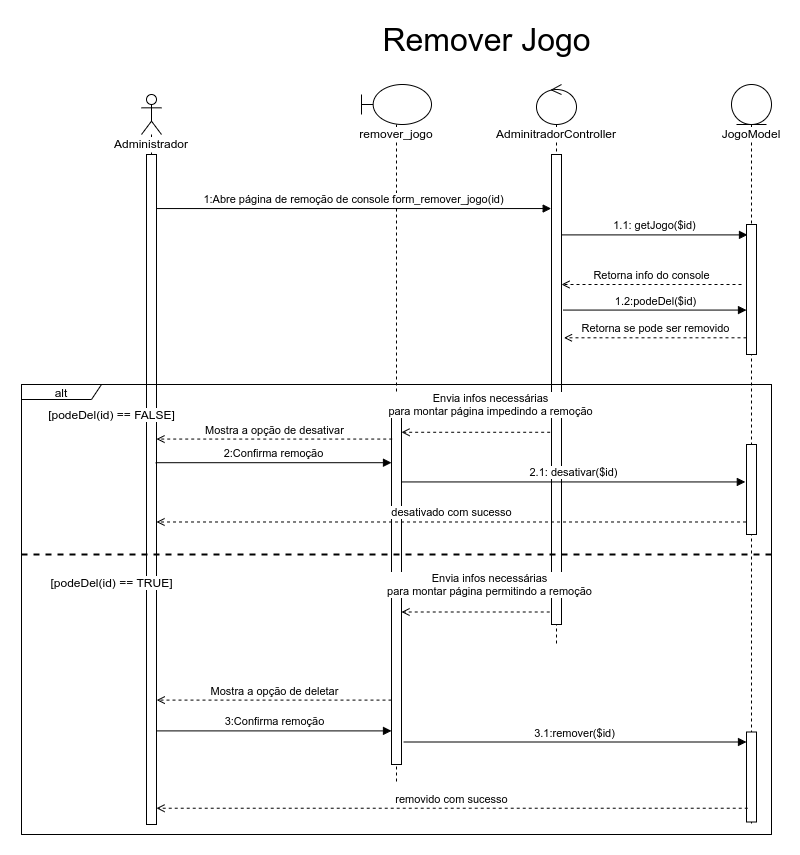
joaopaulo7/GCC188-Projeto-Final keeps this draw.io diagram as docs/Diagramas/Diagrama-Sequência/Sequencia-Jogo Remover.drawio.png. Above is the earlier version. Source tidied: cells renumbered, new cells last; positions are measured from the earlier drawing's top-left corner, leaving out a move shared by most shapes.
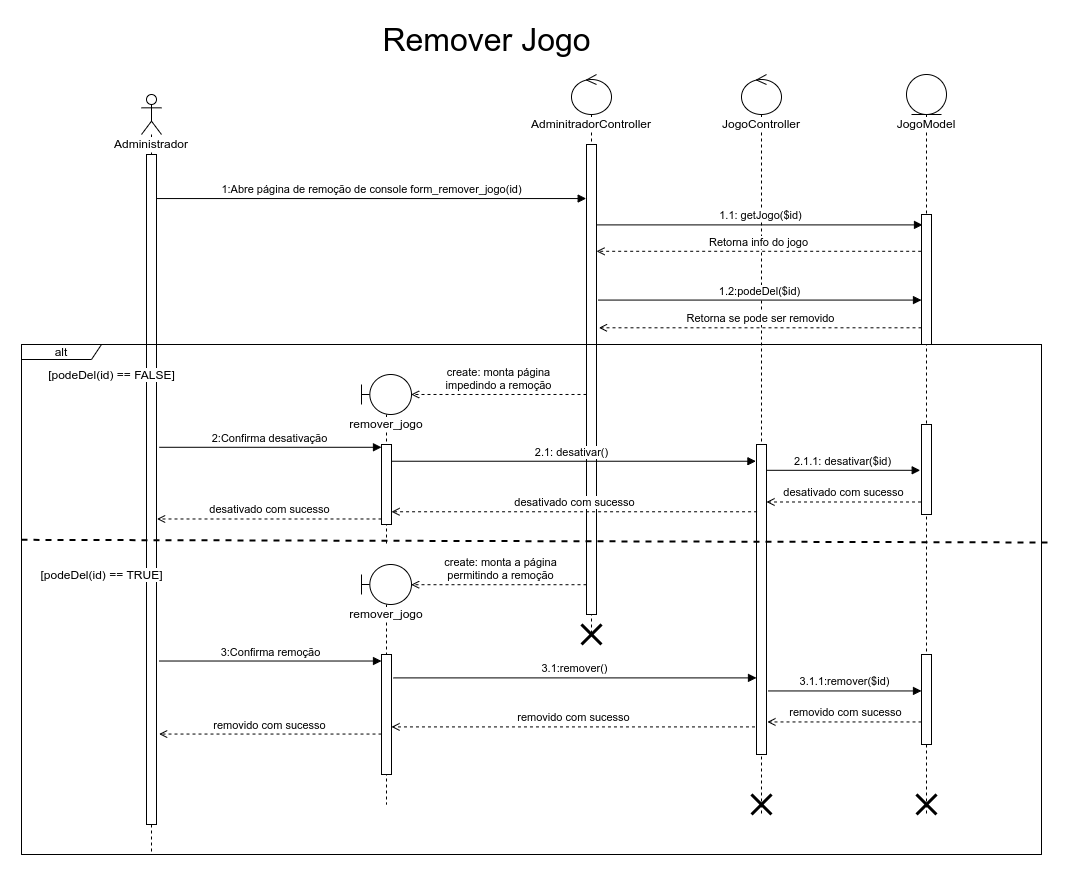
Above is the later version.

Change to the diagram source:
```diff
@@ -3,28 +3,31 @@
     <mxCell id="0" />
     <mxCell id="1" parent="0" />
     <mxCell id="2" value="alt" style="shape=umlFrame;whiteSpace=wrap;html=1;width=80;height=15;" parent="1" vertex="1">
-      <mxGeometry y="360" width="750" height="450" as="geometry" />
+      <mxGeometry y="320" width="1020" height="510" as="geometry" />
     </mxCell>
+    <mxCell id="33" value="&lt;span style=&quot;background-color: rgb(255 , 255 , 255)&quot;&gt;JogoController&lt;/span&gt;" style="shape=umlLifeline;participant=umlControl;perimeter=lifelinePerimeter;whiteSpace=wrap;html=1;verticalAlign=top;spacingTop=36;fillColor=default;" parent="1" vertex="1">
+      <mxGeometry x="720" y="50" width="40" height="740" as="geometry" />
+    </mxCell>
+    <mxCell id="34" style="html=1;points=[];perimeter=orthogonalPerimeter;labelBackgroundColor=#FFFFFF;fillColor=default;" parent="33" vertex="1">
+      <mxGeometry x="15" y="370" width="10" height="310" as="geometry" />
+    </mxCell>
     <mxCell id="3" value="&lt;span style=&quot;background-color: rgb(255 , 255 , 255)&quot;&gt;Administrador&lt;/span&gt;" style="shape=umlLifeline;participant=umlActor;perimeter=lifelinePerimeter;whiteSpace=wrap;html=1;verticalAlign=top;spacingTop=36;" parent="1" vertex="1">
-      <mxGeometry x="120" y="70" width="20" height="730" as="geometry" />
+      <mxGeometry x="120" y="70" width="20" height="760" as="geometry" />
     </mxCell>
     <mxCell id="4" style="html=1;points=[];perimeter=orthogonalPerimeter;fillColor=default;" parent="3" vertex="1">
       <mxGeometry x="5" y="60" width="10" height="670" as="geometry" />
     </mxCell>
     <mxCell id="5" value="&lt;span style=&quot;background-color: rgb(255 , 255 , 255)&quot;&gt;remover_jogo&lt;/span&gt;" style="shape=umlLifeline;participant=umlBoundary;perimeter=lifelinePerimeter;whiteSpace=wrap;html=1;verticalAlign=top;spacingTop=36;" parent="1" vertex="1">
-      <mxGeometry x="340" y="60" width="70" height="700" as="geometry" />
+      <mxGeometry x="340" y="350" width="50" height="170" as="geometry" />
     </mxCell>
-    <mxCell id="6" style="html=1;points=[];perimeter=orthogonalPerimeter;labelBackgroundColor=none;fontSize=12;fillColor=default;" parent="5" vertex="1">
-      <mxGeometry x="30" y="320" width="10" height="360" as="geometry" />
-    </mxCell>
     <mxCell id="7" value="&lt;span style=&quot;background-color: rgb(255 , 255 , 255)&quot;&gt;AdminitradorController&lt;/span&gt;" style="shape=umlLifeline;participant=umlControl;perimeter=lifelinePerimeter;whiteSpace=wrap;html=1;verticalAlign=top;spacingTop=36;fillColor=default;" parent="1" vertex="1">
-      <mxGeometry x="515" y="60" width="40" height="560" as="geometry" />
+      <mxGeometry x="550" y="50" width="40" height="560" as="geometry" />
     </mxCell>
     <mxCell id="8" style="html=1;points=[];perimeter=orthogonalPerimeter;labelBackgroundColor=#FFFFFF;fillColor=default;" parent="7" vertex="1">
       <mxGeometry x="15" y="70" width="10" height="470" as="geometry" />
     </mxCell>
     <mxCell id="9" value="JogoModel" style="shape=umlLifeline;participant=umlEntity;perimeter=lifelinePerimeter;whiteSpace=wrap;html=1;verticalAlign=top;spacingTop=36;labelBackgroundColor=#FFFFFF;fillColor=default;" parent="1" vertex="1">
-      <mxGeometry x="710" y="60" width="40" height="740" as="geometry" />
+      <mxGeometry x="885" y="50" width="40" height="740" as="geometry" />
     </mxCell>
     <mxCell id="10" style="html=1;points=[];perimeter=orthogonalPerimeter;labelBackgroundColor=#FFFFFF;fillColor=default;" parent="9" vertex="1">
       <mxGeometry x="15" y="140" width="10" height="130" as="geometry" />
@@ -32,10 +35,8 @@
     <mxCell id="11" value="1.1: getJogo($id)" style="html=1;verticalAlign=bottom;endArrow=block;rounded=0;entryX=0.1;entryY=0.08;entryDx=0;entryDy=0;entryPerimeter=0;" parent="1" edge="1" source="8" target="10">
       <mxGeometry relative="1" as="geometry" />
     </mxCell>
-    <mxCell id="12" value="Retorna info do console" style="html=1;verticalAlign=bottom;endArrow=open;rounded=0;dashed=1;endFill=0;" parent="1" edge="1" target="8">
-      <mxGeometry relative="1" as="geometry">
-        <mxPoint x="720" y="260" as="sourcePoint" />
-      </mxGeometry>
+    <mxCell id="12" value="Retorna info do jogo" style="html=1;verticalAlign=bottom;endArrow=open;rounded=0;dashed=1;endFill=0;exitX=-0.033;exitY=0.283;exitDx=0;exitDy=0;exitPerimeter=0;" parent="1" edge="1" source="10" target="8">
+      <mxGeometry relative="1" as="geometry" />
     </mxCell>
     <mxCell id="13" value="&lt;span style=&quot;font-size: 32px&quot;&gt;Remover Jogo&lt;/span&gt;" style="text;html=1;align=center;verticalAlign=middle;strokeColor=none;fillColor=none;" parent="1" vertex="1">
       <mxGeometry x="355" width="220" height="30" as="geometry" />
@@ -43,8 +44,8 @@
     <mxCell id="14" value="1:Abre página de remoção de console form_remover_jogo(id)" style="html=1;verticalAlign=bottom;endArrow=block;rounded=0;entryX=-0.031;entryY=0.115;entryDx=0;entryDy=0;entryPerimeter=0;" parent="1" edge="1" source="4" target="8">
       <mxGeometry relative="1" as="geometry" />
     </mxCell>
-    <mxCell id="15" value="Envia infos necessárias&lt;br&gt;para montar página impedindo a remoção" style="html=1;verticalAlign=bottom;endArrow=open;rounded=0;dashed=1;exitX=-0.134;exitY=0.591;exitDx=0;exitDy=0;exitPerimeter=0;endFill=0;" parent="1" edge="1" source="8" target="6">
-      <mxGeometry x="-0.19" y="-12" relative="1" as="geometry" />
+    <mxCell id="15" value="create: monta página&lt;br&gt;impedindo a remoção" style="html=1;verticalAlign=bottom;endArrow=open;rounded=0;dashed=1;endFill=0;entryX=0.382;entryY=0.098;entryDx=0;entryDy=0;entryPerimeter=0;" parent="1" edge="1" source="8" target="2">
+      <mxGeometry relative="1" as="geometry" />
     </mxCell>
     <mxCell id="16" value="1.2:podeDel($id)" style="html=1;verticalAlign=bottom;endArrow=block;rounded=0;exitX=1.176;exitY=0.331;exitDx=0;exitDy=0;exitPerimeter=0;" parent="1" edge="1" source="8" target="10">
       <mxGeometry relative="1" as="geometry" />
@@ -53,65 +54,81 @@
       <mxGeometry relative="1" as="geometry" />
     </mxCell>
     <mxCell id="18" style="swimlane;startSize=0;" parent="1" vertex="1">
-      <mxGeometry y="360" width="750" height="450" as="geometry" />
+      <mxGeometry y="320" width="1020" height="510" as="geometry" />
     </mxCell>
     <mxCell id="19" value="&lt;span style=&quot;background-color: rgb(255 , 255 , 255)&quot;&gt;[podeDel(id) == FALSE]&lt;/span&gt;" style="text;html=1;align=center;verticalAlign=middle;strokeColor=none;fillColor=none;" parent="18" vertex="1">
       <mxGeometry x="20" y="20" width="140" height="20" as="geometry" />
     </mxCell>
     <mxCell id="20" style="html=1;points=[];perimeter=orthogonalPerimeter;labelBackgroundColor=none;fontSize=12;fillColor=default;" parent="18" vertex="1">
-      <mxGeometry x="725" y="347.5" width="10" height="90" as="geometry" />
+      <mxGeometry x="900" y="310" width="10" height="90" as="geometry" />
     </mxCell>
-    <mxCell id="21" value="Mostra a opção de deletar" style="html=1;verticalAlign=bottom;endArrow=open;rounded=0;dashed=1;startArrow=none;entryX=1.021;entryY=0.742;entryDx=0;entryDy=0;entryPerimeter=0;endFill=0;" parent="18" edge="1">
-      <mxGeometry relative="1" as="geometry">
-        <mxPoint x="370" y="315.6" as="sourcePoint" />
-        <mxPoint x="135.2" y="315.6" as="targetPoint" />
-      </mxGeometry>
-    </mxCell>
-    <mxCell id="22" value="3:Confirma remoção" style="html=1;verticalAlign=bottom;endArrow=block;rounded=0;exitX=0.952;exitY=0.798;exitDx=0;exitDy=0;exitPerimeter=0;" parent="18" edge="1">
-      <mxGeometry relative="1" as="geometry">
-        <mxPoint x="134.5" y="346.4" as="sourcePoint" />
-        <mxPoint x="370" y="346.4" as="targetPoint" />
-      </mxGeometry>
-    </mxCell>
-    <mxCell id="23" value="3.1:remover($id)" style="html=1;verticalAlign=bottom;endArrow=block;rounded=0;exitX=0.952;exitY=0.798;exitDx=0;exitDy=0;exitPerimeter=0;" parent="18" edge="1" target="20">
-      <mxGeometry relative="1" as="geometry">
-        <mxPoint x="382.3" y="357.5" as="sourcePoint" />
-      </mxGeometry>
-    </mxCell>
-    <mxCell id="24" value="removido com sucesso" style="html=1;verticalAlign=bottom;endArrow=open;rounded=0;dashed=1;startArrow=none;exitX=0.124;exitY=0.847;exitDx=0;exitDy=0;exitPerimeter=0;endFill=0;" parent="18" edge="1" source="20">
-      <mxGeometry relative="1" as="geometry">
-        <mxPoint x="135" y="423.7" as="targetPoint" />
-      </mxGeometry>
-    </mxCell>
-    <mxCell id="25" value="Envia infos necessárias&lt;br&gt;para montar página permitindo a remoção" style="html=1;verticalAlign=bottom;endArrow=open;rounded=0;dashed=1;entryX=1.176;entryY=0.473;entryDx=0;entryDy=0;entryPerimeter=0;endFill=0;" parent="18" edge="1">
-      <mxGeometry x="-0.19" y="-12" relative="1" as="geometry">
-        <mxPoint x="528.2" y="227.5" as="sourcePoint" />
-        <mxPoint x="380" y="227.5" as="targetPoint" />
-      </mxGeometry>
-    </mxCell>
-    <mxCell id="26" style="endArrow=none;dashed=1;html=1;strokeWidth=2;rounded=0;exitX=0;exitY=0.25;exitDx=0;exitDy=0;entryX=1;entryY=0.25;entryDx=0;entryDy=0;" parent="18" edge="1">
-      <mxGeometry relative="1" as="geometry">
-        <mxPoint y="170" as="sourcePoint" />
-        <mxPoint x="750" y="170" as="targetPoint" />
-      </mxGeometry>
-    </mxCell>
     <mxCell id="27" value="&lt;span style=&quot;background-color: rgb(255 , 255 , 255)&quot;&gt;[podeDel(id) == TRUE]&lt;/span&gt;" style="text;html=1;align=center;verticalAlign=middle;strokeColor=none;fillColor=none;" parent="18" vertex="1">
-      <mxGeometry x="20" y="187.5" width="140" height="20" as="geometry" />
+      <mxGeometry x="10" y="220" width="140" height="20" as="geometry" />
     </mxCell>
     <mxCell id="28" style="html=1;points=[];perimeter=orthogonalPerimeter;labelBackgroundColor=none;fontSize=12;fillColor=default;" parent="18" vertex="1">
-      <mxGeometry x="725" y="60" width="10" height="90" as="geometry" />
+      <mxGeometry x="900" y="80" width="10" height="90" as="geometry" />
     </mxCell>
-    <mxCell id="29" value="Mostra a opção de desativar" style="html=1;verticalAlign=bottom;endArrow=open;rounded=0;dashed=1;startArrow=none;exitX=0.072;exitY=0.096;exitDx=0;exitDy=0;exitPerimeter=0;endFill=0;" parent="1" edge="1" source="6" target="4">
-      <mxGeometry relative="1" as="geometry" />
-    </mxCell>
+    <mxCell id="35" style="html=1;points=[];perimeter=orthogonalPerimeter;" parent="18" vertex="1">
+      <mxGeometry x="360" y="100" width="10" height="80" as="geometry" />
+    </mxCell>
+    <mxCell id="36" style="shape=umlDestroy;whiteSpace=wrap;html=1;strokeWidth=3;" parent="18" vertex="1">
+      <mxGeometry x="895" y="450" width="20" height="20" as="geometry" />
+    </mxCell>
+    <mxCell id="37" style="shape=umlDestroy;whiteSpace=wrap;html=1;strokeWidth=3;" parent="18" vertex="1">
+      <mxGeometry x="730" y="450" width="20" height="20" as="geometry" />
+    </mxCell>
+    <mxCell id="38" style="shape=umlDestroy;whiteSpace=wrap;html=1;strokeWidth=3;" parent="18" vertex="1">
+      <mxGeometry x="560" y="280" width="20" height="20" as="geometry" />
+    </mxCell>
+    <mxCell id="31" value="2:Confirma desativação" style="html=1;verticalAlign=bottom;endArrow=block;rounded=0;exitX=1.286;exitY=0.437;exitDx=0;exitDy=0;exitPerimeter=0;" parent="1" edge="1" source="4" target="35">
+      <mxGeometry relative="1" as="geometry" />
+    </mxCell>
+    <mxCell id="39" value="removido com sucesso" style="html=1;verticalAlign=bottom;endArrow=open;rounded=0;dashed=1;startArrow=none;endFill=0;entryX=1.262;entryY=0.865;entryDx=0;entryDy=0;entryPerimeter=0;" parent="1" edge="1" source="42" target="4">
+      <mxGeometry relative="1" as="geometry" />
+    </mxCell>
+    <mxCell id="40" value="desativado com sucesso" style="html=1;verticalAlign=bottom;endArrow=open;rounded=0;dashed=1;startArrow=none;endFill=0;entryX=1.057;entryY=0.544;entryDx=0;entryDy=0;entryPerimeter=0;" parent="1" edge="1" source="35" target="4">
+      <mxGeometry relative="1" as="geometry" />
+    </mxCell>
+    <mxCell id="26" style="endArrow=none;dashed=1;html=1;strokeWidth=2;rounded=0;exitX=0;exitY=0.383;exitDx=0;exitDy=0;exitPerimeter=0;" parent="1" edge="1" source="18">
+      <mxGeometry relative="1" as="geometry">
+        <mxPoint x="1030" y="518" as="targetPoint" />
+      </mxGeometry>
+    </mxCell>
+    <mxCell id="24" value="removido com sucesso" style="html=1;verticalAlign=bottom;endArrow=open;rounded=0;dashed=1;startArrow=none;endFill=0;exitX=-0.152;exitY=0.911;exitDx=0;exitDy=0;exitPerimeter=0;" parent="1" edge="1" source="34" target="42">
+      <mxGeometry relative="1" as="geometry" />
+    </mxCell>
+    <mxCell id="41" value="&lt;span style=&quot;background-color: rgb(255 , 255 , 255)&quot;&gt;remover_jogo&lt;/span&gt;" style="shape=umlLifeline;participant=umlBoundary;perimeter=lifelinePerimeter;whiteSpace=wrap;html=1;verticalAlign=top;spacingTop=36;" parent="1" vertex="1">
+      <mxGeometry x="340" y="540" width="50" height="240" as="geometry" />
+    </mxCell>
+    <mxCell id="42" style="html=1;points=[];perimeter=orthogonalPerimeter;" parent="41" vertex="1">
+      <mxGeometry x="20" y="90" width="10" height="120" as="geometry" />
+    </mxCell>
+    <mxCell id="22" value="3:Confirma remoção" style="html=1;verticalAlign=bottom;endArrow=block;rounded=0;exitX=1.25;exitY=0.756;exitDx=0;exitDy=0;exitPerimeter=0;" parent="1" edge="1" source="4" target="42">
+      <mxGeometry relative="1" as="geometry" />
+    </mxCell>
+    <mxCell id="43" value="create: monta a página&lt;br&gt;permitindo a remoção" style="html=1;verticalAlign=bottom;endArrow=open;rounded=0;dashed=1;endFill=0;entryX=0.382;entryY=0.471;entryDx=0;entryDy=0;entryPerimeter=0;" parent="1" edge="1" source="8" target="2">
+      <mxGeometry x="-0.02" relative="1" as="geometry" />
+    </mxCell>
+    <mxCell id="23" value="3.1:remover()" style="html=1;verticalAlign=bottom;endArrow=block;rounded=0;exitX=1.205;exitY=0.195;exitDx=0;exitDy=0;exitPerimeter=0;" parent="1" edge="1" source="42" target="34">
+      <mxGeometry relative="1" as="geometry" />
+    </mxCell>
+    <mxCell id="44" value="3.1.1:remover($id)" style="html=1;verticalAlign=bottom;endArrow=block;rounded=0;exitX=1.159;exitY=0.795;exitDx=0;exitDy=0;exitPerimeter=0;" parent="1" edge="1" source="34" target="20">
+      <mxGeometry relative="1" as="geometry" />
+    </mxCell>
+    <mxCell id="45" value="removido com sucesso" style="html=1;verticalAlign=bottom;endArrow=open;rounded=0;dashed=1;startArrow=none;endFill=0;entryX=1.09;entryY=0.895;entryDx=0;entryDy=0;entryPerimeter=0;" parent="1" edge="1" source="20" target="34">
+      <mxGeometry relative="1" as="geometry" />
+    </mxCell>
-    <mxCell id="30" value="2.1: desativar($id)" style="html=1;verticalAlign=bottom;endArrow=block;rounded=0;entryX=-0.117;entryY=0.416;entryDx=0;entryDy=0;entryPerimeter=0;" parent="1" edge="1" source="6" target="28">
+    <mxCell id="30" value="2.1.1: desativar($id)" style="html=1;verticalAlign=bottom;endArrow=block;rounded=0;entryX=-0.129;entryY=0.509;entryDx=0;entryDy=0;entryPerimeter=0;" parent="1" edge="1" source="34" target="28">
       <mxGeometry relative="1" as="geometry" />
     </mxCell>
-    <mxCell id="31" value="2:Confirma remoção" style="html=1;verticalAlign=bottom;endArrow=block;rounded=0;exitX=0.917;exitY=0.46;exitDx=0;exitDy=0;exitPerimeter=0;" parent="1" edge="1" source="4" target="6">
-      <mxGeometry relative="1" as="geometry" />
-    </mxCell>
-    <mxCell id="32" value="desativado com sucesso" style="html=1;verticalAlign=bottom;endArrow=open;rounded=0;dashed=1;startArrow=none;exitX=-0.048;exitY=0.861;exitDx=0;exitDy=0;exitPerimeter=0;endFill=0;" parent="1" edge="1" source="28" target="4">
+    <mxCell id="32" value="desativado com sucesso" style="html=1;verticalAlign=bottom;endArrow=open;rounded=0;dashed=1;startArrow=none;exitX=-0.048;exitY=0.861;exitDx=0;exitDy=0;exitPerimeter=0;endFill=0;" parent="1" edge="1" source="28" target="34">
       <mxGeometry relative="1" as="geometry" />
     </mxCell>
+    <mxCell id="46" value="2.1: desativar()" style="html=1;verticalAlign=bottom;endArrow=block;rounded=0;entryX=-0.057;entryY=0.054;entryDx=0;entryDy=0;entryPerimeter=0;" parent="1" edge="1" source="35" target="34">
+      <mxGeometry x="-0.01" relative="1" as="geometry" />
+    </mxCell>
+    <mxCell id="47" value="desativado com sucesso" style="html=1;verticalAlign=bottom;endArrow=open;rounded=0;dashed=1;startArrow=none;exitX=0.057;exitY=0.217;exitDx=0;exitDy=0;exitPerimeter=0;endFill=0;" parent="1" edge="1" source="34" target="35">
+      <mxGeometry relative="1" as="geometry" />
+    </mxCell>
   </root>
 </mxGraphModel>
```
